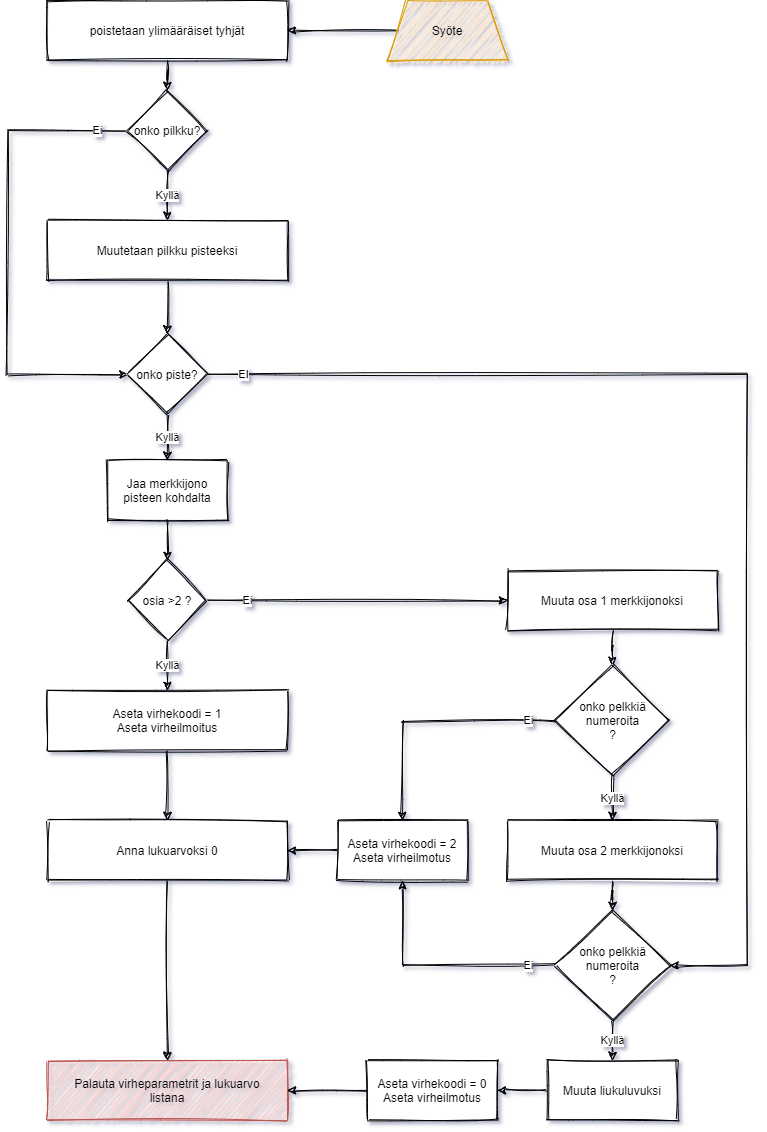
The draw.io diagram docs/Drawings/SanityVuokaavio1.png in TomasJouhilampi/Painonhallinta, before a commit. Source tidied: cells renumbered, new cells last; positions are measured from the earlier drawing's top-left corner, leaving out a move shared by most shapes.
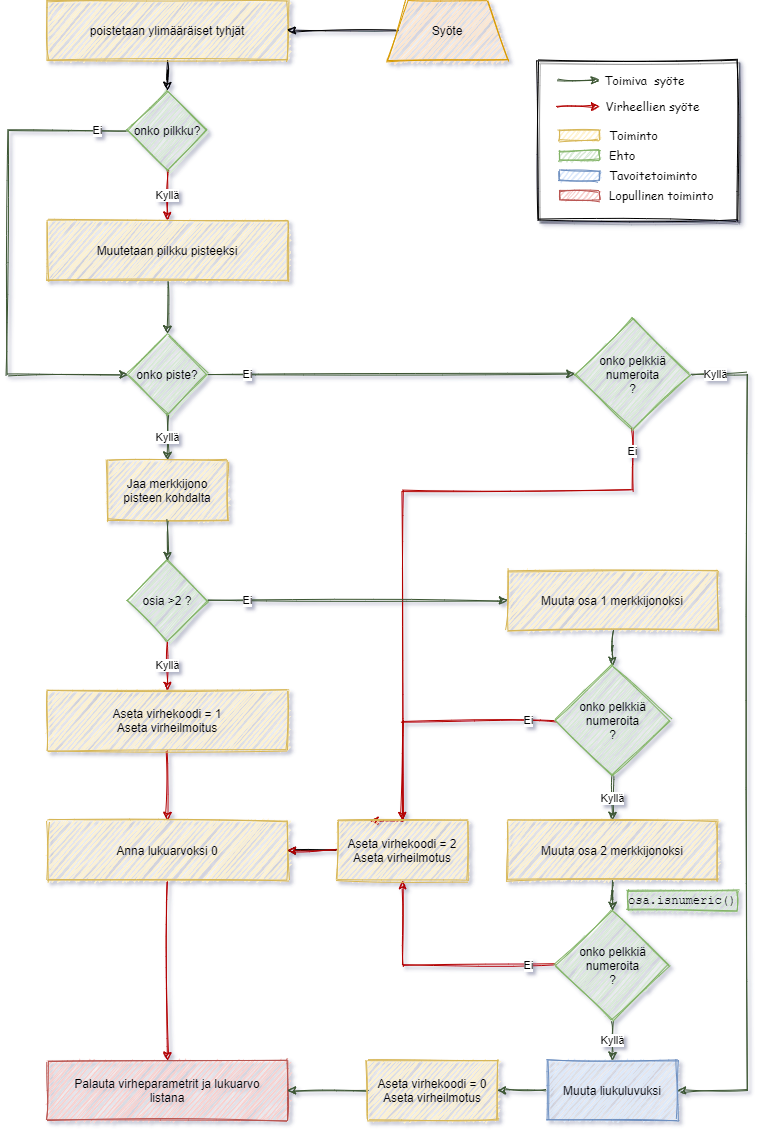
The same file after the commit.

Diff of the diagram source:
```diff
@@ -2,16 +2,26 @@
   <root>
     <mxCell id="0" />
     <mxCell id="1" parent="0" />
+    <mxCell id="40" value="Ei" style="edgeStyle=orthogonalEdgeStyle;rounded=0;sketch=1;jettySize=auto;html=1;entryX=0.25;entryY=0;entryDx=0;entryDy=0;fillColor=#e51400;strokeColor=#B20000;" parent="1" edge="1" source="43" target="35">
+      <mxGeometry x="-0.93" relative="1" as="geometry">
+        <Array as="points">
+          <mxPoint x="625" y="490" />
+          <mxPoint x="395" y="490" />
+          <mxPoint x="395" y="820" />
+        </Array>
+        <mxPoint y="1" as="offset" />
+      </mxGeometry>
+    </mxCell>
     <mxCell id="2" style="edgeStyle=orthogonalEdgeStyle;rounded=0;jettySize=auto;html=1;sketch=1;" parent="1" edge="1" source="3" target="6">
       <mxGeometry relative="1" as="geometry" />
     </mxCell>
-    <mxCell id="3" value="poistetaan ylimääräiset tyhjät" style="rounded=0;whiteSpace=wrap;html=1;sketch=1;" parent="1" vertex="1">
+    <mxCell id="3" value="poistetaan ylimääräiset tyhjät" style="rounded=0;whiteSpace=wrap;html=1;sketch=1;fillColor=#fff2cc;strokeColor=#d6b656;" parent="1" vertex="1">
       <mxGeometry x="40" width="240" height="60" as="geometry" />
     </mxCell>
-    <mxCell id="4" value="Kyllä" style="edgeStyle=orthogonalEdgeStyle;rounded=0;jettySize=auto;html=1;sketch=1;" parent="1" edge="1" source="6" target="8">
+    <mxCell id="4" value="Kyllä" style="edgeStyle=orthogonalEdgeStyle;rounded=0;jettySize=auto;html=1;sketch=1;fillColor=#e51400;strokeColor=#B20000;" parent="1" edge="1" source="6" target="8">
       <mxGeometry relative="1" as="geometry" />
     </mxCell>
-    <mxCell id="5" value="Ei" style="edgeStyle=orthogonalEdgeStyle;rounded=0;jettySize=auto;html=1;sketch=1;" parent="1" edge="1" source="6" target="11">
+    <mxCell id="5" value="Ei" style="edgeStyle=orthogonalEdgeStyle;rounded=0;jettySize=auto;html=1;sketch=1;fillColor=#6d8764;strokeColor=#3A5431;" parent="1" edge="1" source="6" target="11">
       <mxGeometry x="-0.88" relative="1" as="geometry">
         <Array as="points">
           <mxPoint y="130" />
@@ -19,109 +29,115 @@
         </Array>
       </mxGeometry>
     </mxCell>
-    <mxCell id="6" value="onko pilkku?" style="rhombus;whiteSpace=wrap;html=1;sketch=1;" parent="1" vertex="1">
+    <mxCell id="6" value="onko pilkku?" style="rhombus;whiteSpace=wrap;html=1;sketch=1;fillColor=#d5e8d4;strokeColor=#82b366;" parent="1" vertex="1">
       <mxGeometry x="120" y="90" width="80" height="80" as="geometry" />
     </mxCell>
-    <mxCell id="7" style="edgeStyle=orthogonalEdgeStyle;rounded=0;jettySize=auto;html=1;sketch=1;" parent="1" edge="1" source="8" target="11">
+    <mxCell id="7" style="edgeStyle=orthogonalEdgeStyle;rounded=0;jettySize=auto;html=1;sketch=1;fillColor=#6d8764;strokeColor=#3A5431;" parent="1" edge="1" source="8" target="11">
       <mxGeometry relative="1" as="geometry" />
     </mxCell>
-    <mxCell id="8" value="Muutetaan pilkku pisteeksi" style="rounded=0;whiteSpace=wrap;html=1;sketch=1;" parent="1" vertex="1">
+    <mxCell id="8" value="Muutetaan pilkku pisteeksi" style="rounded=0;whiteSpace=wrap;html=1;sketch=1;fillColor=#fff2cc;strokeColor=#d6b656;" parent="1" vertex="1">
       <mxGeometry x="40" y="220" width="240" height="60" as="geometry" />
     </mxCell>
-    <mxCell id="9" value="Kyllä" style="edgeStyle=orthogonalEdgeStyle;rounded=0;jettySize=auto;html=1;sketch=1;" parent="1" edge="1" source="11" target="12">
+    <mxCell id="9" value="Kyllä" style="edgeStyle=orthogonalEdgeStyle;rounded=0;jettySize=auto;html=1;sketch=1;fillColor=#6d8764;strokeColor=#3A5431;" parent="1" edge="1" source="11" target="12">
       <mxGeometry relative="1" as="geometry" />
     </mxCell>
-    <mxCell id="10" value="EI" style="edgeStyle=orthogonalEdgeStyle;rounded=0;jettySize=auto;html=1;entryX=1;entryY=0.5;entryDx=0;entryDy=0;sketch=1;" parent="1" edge="1" source="11" target="30">
+    <mxCell id="10" value="Kyllä" style="edgeStyle=orthogonalEdgeStyle;rounded=0;jettySize=auto;html=1;sketch=1;entryX=1;entryY=0.5;entryDx=0;entryDy=0;fillColor=#6d8764;strokeColor=#3A5431;strokeWidth=1;" parent="1" edge="1" source="43" target="33">
       <mxGeometry x="-0.94" relative="1" as="geometry">
         <Array as="points">
           <mxPoint x="740" y="374" />
-          <mxPoint x="740" y="965" />
+          <mxPoint x="740" y="1090" />
         </Array>
       </mxGeometry>
     </mxCell>
+    <mxCell id="41" value="Ei" style="edgeStyle=orthogonalEdgeStyle;rounded=0;sketch=1;jettySize=auto;html=1;fillColor=#6d8764;strokeColor=#3A5431;" parent="1" edge="1" source="11" target="43">
+      <mxGeometry x="-0.78" relative="1" as="geometry" />
+    </mxCell>
-    <mxCell id="11" value="onko piste?" style="rhombus;whiteSpace=wrap;html=1;sketch=1;" parent="1" vertex="1">
+    <mxCell id="11" value="onko piste?" style="rhombus;whiteSpace=wrap;html=1;sketch=1;fillColor=#d5e8d4;strokeColor=#82b366;" parent="1" vertex="1">
       <mxGeometry x="120" y="333.5" width="80" height="80" as="geometry" />
     </mxCell>
-    <mxCell id="12" value="Jaa merkkijono pisteen kohdalta" style="rounded=0;whiteSpace=wrap;html=1;sketch=1;" parent="1" vertex="1">
+    <mxCell id="12" value="Jaa merkkijono pisteen kohdalta" style="rounded=0;whiteSpace=wrap;html=1;sketch=1;fillColor=#fff2cc;strokeColor=#d6b656;" parent="1" vertex="1">
       <mxGeometry x="100" y="460" width="120" height="60" as="geometry" />
     </mxCell>
-    <mxCell id="13" value="Kyllä" style="edgeStyle=orthogonalEdgeStyle;rounded=0;jettySize=auto;html=1;sketch=1;" parent="1" edge="1" source="15" target="18">
+    <mxCell id="13" value="Kyllä" style="edgeStyle=orthogonalEdgeStyle;rounded=0;jettySize=auto;html=1;sketch=1;fillColor=#e51400;strokeColor=#B20000;" parent="1" edge="1" source="15" target="18">
       <mxGeometry relative="1" as="geometry" />
     </mxCell>
-    <mxCell id="14" value="Ei" style="edgeStyle=orthogonalEdgeStyle;rounded=0;jettySize=auto;html=1;sketch=1;" parent="1" edge="1" source="15" target="22">
+    <mxCell id="14" value="Ei" style="edgeStyle=orthogonalEdgeStyle;rounded=0;jettySize=auto;html=1;sketch=1;fillColor=#6d8764;strokeColor=#3A5431;" parent="1" edge="1" source="15" target="22">
       <mxGeometry x="-0.73" relative="1" as="geometry" />
     </mxCell>
-    <mxCell id="15" value="osia &amp;gt;2 ?" style="rhombus;whiteSpace=wrap;html=1;sketch=1;" parent="1" vertex="1">
+    <mxCell id="15" value="osia &amp;gt;2 ?" style="rhombus;whiteSpace=wrap;html=1;sketch=1;fillColor=#d5e8d4;strokeColor=#82b366;" parent="1" vertex="1">
       <mxGeometry x="120" y="560" width="80" height="80" as="geometry" />
     </mxCell>
-    <mxCell id="16" style="edgeStyle=orthogonalEdgeStyle;rounded=0;jettySize=auto;html=1;sketch=1;" parent="1" edge="1" target="15">
+    <mxCell id="16" style="edgeStyle=orthogonalEdgeStyle;rounded=0;jettySize=auto;html=1;sketch=1;fillColor=#6d8764;strokeColor=#3A5431;" parent="1" edge="1" target="15">
       <mxGeometry relative="1" as="geometry">
         <mxPoint x="160" y="520" as="sourcePoint" />
       </mxGeometry>
     </mxCell>
-    <mxCell id="17" style="edgeStyle=orthogonalEdgeStyle;rounded=0;jettySize=auto;html=1;sketch=1;" parent="1" edge="1" source="18" target="20">
+    <mxCell id="17" style="edgeStyle=orthogonalEdgeStyle;rounded=0;jettySize=auto;html=1;sketch=1;fillColor=#e51400;strokeColor=#B20000;" parent="1" edge="1" source="18" target="20">
       <mxGeometry relative="1" as="geometry" />
     </mxCell>
-    <mxCell id="18" value="Aseta virhekoodi = 1&lt;br&gt;Aseta virheilmoitus" style="rounded=0;whiteSpace=wrap;html=1;sketch=1;" parent="1" vertex="1">
+    <mxCell id="18" value="Aseta virhekoodi = 1&lt;br&gt;Aseta virheilmoitus" style="rounded=0;whiteSpace=wrap;html=1;sketch=1;fillColor=#fff2cc;strokeColor=#d6b656;" parent="1" vertex="1">
       <mxGeometry x="40" y="690" width="240" height="60" as="geometry" />
     </mxCell>
-    <mxCell id="19" style="edgeStyle=orthogonalEdgeStyle;rounded=0;jettySize=auto;html=1;sketch=1;" parent="1" edge="1" source="20" target="31">
+    <mxCell id="19" style="edgeStyle=orthogonalEdgeStyle;rounded=0;jettySize=auto;html=1;sketch=1;fillColor=#e51400;strokeColor=#B20000;" parent="1" edge="1" source="20" target="31">
       <mxGeometry relative="1" as="geometry" />
     </mxCell>
-    <mxCell id="20" value="Anna lukuarvoksi 0" style="rounded=0;whiteSpace=wrap;html=1;sketch=1;" parent="1" vertex="1">
+    <mxCell id="20" value="Anna lukuarvoksi 0" style="rounded=0;whiteSpace=wrap;html=1;sketch=1;fillColor=#fff2cc;strokeColor=#d6b656;" parent="1" vertex="1">
       <mxGeometry x="40" y="820" width="240" height="60" as="geometry" />
     </mxCell>
-    <mxCell id="21" style="edgeStyle=orthogonalEdgeStyle;rounded=0;jettySize=auto;html=1;sketch=1;" parent="1" edge="1" source="22" target="25">
+    <mxCell id="21" style="edgeStyle=orthogonalEdgeStyle;rounded=0;jettySize=auto;html=1;sketch=1;fillColor=#6d8764;strokeColor=#3A5431;" parent="1" edge="1" source="22" target="25">
       <mxGeometry relative="1" as="geometry" />
     </mxCell>
-    <mxCell id="22" value="Muuta osa 1 merkkijonoksi" style="rounded=0;whiteSpace=wrap;html=1;sketch=1;" parent="1" vertex="1">
+    <mxCell id="22" value="Muuta osa 1 merkkijonoksi" style="rounded=0;whiteSpace=wrap;html=1;sketch=1;fillColor=#fff2cc;strokeColor=#d6b656;" parent="1" vertex="1">
       <mxGeometry x="500" y="570" width="210" height="60" as="geometry" />
     </mxCell>
-    <mxCell id="23" value="Kyllä" style="edgeStyle=orthogonalEdgeStyle;rounded=0;jettySize=auto;html=1;sketch=1;" parent="1" edge="1" source="25" target="27">
+    <mxCell id="23" value="Kyllä" style="edgeStyle=orthogonalEdgeStyle;rounded=0;jettySize=auto;html=1;sketch=1;fillColor=#6d8764;strokeColor=#3A5431;" parent="1" edge="1" source="25" target="27">
       <mxGeometry relative="1" as="geometry" />
     </mxCell>
-    <mxCell id="24" value="Ei" style="edgeStyle=orthogonalEdgeStyle;rounded=0;jettySize=auto;html=1;sketch=1;" parent="1" edge="1" source="25" target="35">
+    <mxCell id="24" value="Ei" style="edgeStyle=orthogonalEdgeStyle;rounded=0;jettySize=auto;html=1;sketch=1;fillColor=#e51400;strokeColor=#B20000;" parent="1" edge="1" source="25" target="35">
       <mxGeometry x="-0.78" relative="1" as="geometry" />
     </mxCell>
-    <mxCell id="25" value="onko pelkkiä numeroita&lt;br&gt;?" style="rhombus;whiteSpace=wrap;html=1;sketch=1;" parent="1" vertex="1">
+    <mxCell id="25" value="onko pelkkiä numeroita&lt;br&gt;?" style="rhombus;whiteSpace=wrap;html=1;sketch=1;fillColor=#d5e8d4;strokeColor=#82b366;" parent="1" vertex="1">
       <mxGeometry x="547.5" y="665" width="115" height="110" as="geometry" />
     </mxCell>
-    <mxCell id="26" style="edgeStyle=orthogonalEdgeStyle;rounded=0;jettySize=auto;html=1;entryX=0.5;entryY=0;entryDx=0;entryDy=0;sketch=1;" parent="1" edge="1" source="27" target="30">
+    <mxCell id="26" style="edgeStyle=orthogonalEdgeStyle;rounded=0;jettySize=auto;html=1;entryX=0.5;entryY=0;entryDx=0;entryDy=0;sketch=1;fillColor=#6d8764;strokeColor=#3A5431;" parent="1" edge="1" source="27" target="30">
       <mxGeometry relative="1" as="geometry" />
     </mxCell>
-    <mxCell id="27" value="Muuta osa 2 merkkijonoksi" style="rounded=0;whiteSpace=wrap;html=1;sketch=1;" parent="1" vertex="1">
+    <mxCell id="27" value="Muuta osa 2 merkkijonoksi" style="rounded=0;whiteSpace=wrap;html=1;sketch=1;fillColor=#fff2cc;strokeColor=#d6b656;" parent="1" vertex="1">
       <mxGeometry x="500" y="820" width="210" height="60" as="geometry" />
     </mxCell>
-    <mxCell id="28" value="Kyllä" style="edgeStyle=orthogonalEdgeStyle;rounded=0;jettySize=auto;html=1;sketch=1;" parent="1" edge="1" source="30" target="33">
+    <mxCell id="28" value="Kyllä" style="edgeStyle=orthogonalEdgeStyle;rounded=0;jettySize=auto;html=1;sketch=1;fillColor=#6d8764;strokeColor=#3A5431;" parent="1" edge="1" source="30" target="33">
       <mxGeometry relative="1" as="geometry" />
     </mxCell>
-    <mxCell id="29" value="Ei" style="edgeStyle=orthogonalEdgeStyle;rounded=0;jettySize=auto;html=1;entryX=0.5;entryY=1;entryDx=0;entryDy=0;sketch=1;" parent="1" edge="1" source="30" target="35">
+    <mxCell id="29" value="Ei" style="edgeStyle=orthogonalEdgeStyle;rounded=0;jettySize=auto;html=1;entryX=0.5;entryY=1;entryDx=0;entryDy=0;sketch=1;fillColor=#e51400;strokeColor=#B20000;" parent="1" edge="1" source="30" target="35">
       <mxGeometry x="-0.77" relative="1" as="geometry">
         <mxPoint x="1" as="offset" />
       </mxGeometry>
     </mxCell>
-    <mxCell id="30" value="onko pelkkiä numeroita&lt;br&gt;?" style="rhombus;whiteSpace=wrap;html=1;sketch=1;" parent="1" vertex="1">
+    <mxCell id="30" value="onko pelkkiä numeroita&lt;br&gt;?" style="rhombus;whiteSpace=wrap;html=1;sketch=1;fillColor=#d5e8d4;strokeColor=#82b366;" parent="1" vertex="1">
       <mxGeometry x="547.5" y="910" width="115" height="110" as="geometry" />
     </mxCell>
     <mxCell id="31" value="Palauta virheparametrit ja lukuarvo&lt;br&gt;listana" style="rounded=0;whiteSpace=wrap;html=1;sketch=1;fillColor=#f8cecc;strokeColor=#b85450;" parent="1" vertex="1">
       <mxGeometry x="40" y="1060" width="240" height="60" as="geometry" />
     </mxCell>
-    <mxCell id="32" style="edgeStyle=orthogonalEdgeStyle;rounded=0;jettySize=auto;html=1;sketch=1;" parent="1" edge="1" source="33" target="37">
+    <mxCell id="32" style="edgeStyle=orthogonalEdgeStyle;rounded=0;jettySize=auto;html=1;sketch=1;fillColor=#6d8764;strokeColor=#3A5431;" parent="1" edge="1" source="33" target="37">
       <mxGeometry relative="1" as="geometry" />
     </mxCell>
-    <mxCell id="33" value="Muuta liukuluvuksi" style="rounded=0;whiteSpace=wrap;html=1;sketch=1;" parent="1" vertex="1">
+    <mxCell id="33" value="Muuta liukuluvuksi" style="rounded=0;whiteSpace=wrap;html=1;sketch=1;fillColor=#dae8fc;strokeColor=#6c8ebf;" parent="1" vertex="1">
       <mxGeometry x="540" y="1060" width="130" height="60" as="geometry" />
     </mxCell>
     <mxCell id="34" style="edgeStyle=orthogonalEdgeStyle;rounded=0;jettySize=auto;html=1;sketch=1;" parent="1" edge="1" source="35" target="20">
       <mxGeometry relative="1" as="geometry" />
     </mxCell>
+    <mxCell id="42" style="edgeStyle=orthogonalEdgeStyle;rounded=0;sketch=1;jettySize=auto;html=1;strokeColor=#B20000;strokeWidth=1;fillColor=#e51400;" parent="1" edge="1" source="35" target="20">
+      <mxGeometry relative="1" as="geometry" />
+    </mxCell>
-    <mxCell id="35" value="Aseta virhekoodi = 2&lt;br&gt;Aseta virheilmotus" style="rounded=0;whiteSpace=wrap;html=1;sketch=1;" parent="1" vertex="1">
+    <mxCell id="35" value="Aseta virhekoodi = 2&lt;br&gt;Aseta virheilmotus" style="rounded=0;whiteSpace=wrap;html=1;sketch=1;fillColor=#fff2cc;strokeColor=#d6b656;" parent="1" vertex="1">
       <mxGeometry x="330" y="820" width="130" height="60" as="geometry" />
     </mxCell>
-    <mxCell id="36" style="edgeStyle=orthogonalEdgeStyle;rounded=0;jettySize=auto;html=1;sketch=1;" parent="1" edge="1" source="37" target="31">
+    <mxCell id="36" style="edgeStyle=orthogonalEdgeStyle;rounded=0;jettySize=auto;html=1;sketch=1;fillColor=#6d8764;strokeColor=#3A5431;" parent="1" edge="1" source="37" target="31">
       <mxGeometry relative="1" as="geometry" />
     </mxCell>
-    <mxCell id="37" value="Aseta virhekoodi = 0&lt;br&gt;Aseta virheilmotus" style="rounded=0;whiteSpace=wrap;html=1;sketch=1;" parent="1" vertex="1">
+    <mxCell id="37" value="Aseta virhekoodi = 0&lt;br&gt;Aseta virheilmotus" style="rounded=0;whiteSpace=wrap;html=1;sketch=1;fillColor=#fff2cc;strokeColor=#d6b656;" parent="1" vertex="1">
       <mxGeometry x="360" y="1060" width="130" height="60" as="geometry" />
     </mxCell>
     <mxCell id="38" style="edgeStyle=orthogonalEdgeStyle;rounded=0;jettySize=auto;html=1;sketch=1;" parent="1" edge="1" source="39" target="3">
@@ -130,5 +146,59 @@
     <mxCell id="39" value="Syöte" style="shape=trapezoid;perimeter=trapezoidPerimeter;whiteSpace=wrap;html=1;fixedSize=1;sketch=1;fillColor=#ffe6cc;strokeColor=#d79b00;" parent="1" vertex="1">
       <mxGeometry x="380" width="120" height="60" as="geometry" />
     </mxCell>
+    <mxCell id="43" value="onko pelkkiä numeroita&lt;br&gt;?" style="rhombus;whiteSpace=wrap;html=1;sketch=1;fillColor=#d5e8d4;strokeColor=#82b366;" parent="1" vertex="1">
+      <mxGeometry x="567.5" y="318.5" width="115" height="110" as="geometry" />
+    </mxCell>
+    <mxCell id="44" value="&lt;font face=&quot;Courier New&quot;&gt;osa.isnumeric()&lt;/font&gt;" style="text;html=1;strokeColor=#82b366;fillColor=#d5e8d4;align=center;verticalAlign=middle;whiteSpace=wrap;rounded=0;sketch=1;" parent="1" vertex="1">
+      <mxGeometry x="620" y="890" width="110" height="20" as="geometry" />
+    </mxCell>
+    <mxCell id="45" style="group;" parent="1" vertex="1">
+      <mxGeometry x="530" y="60" width="200" height="160" as="geometry" />
+    </mxCell>
+    <mxCell id="46" style="rounded=0;whiteSpace=wrap;html=1;sketch=1;align=left;shadow=1;" parent="45" vertex="1">
+      <mxGeometry width="200" height="160" as="geometry" />
+    </mxCell>
+    <mxCell id="47" style="endArrow=classic;html=1;strokeWidth=1;fillColor=#6d8764;sketch=1;strokeColor=#3A5431;" parent="45" edge="1">
+      <mxGeometry relative="1" as="geometry">
+        <mxPoint x="19.5" y="20" as="sourcePoint" />
+        <mxPoint x="62" y="20" as="targetPoint" />
+      </mxGeometry>
+    </mxCell>
+    <mxCell id="48" value="&lt;font face=&quot;Comic Sans MS&quot;&gt;Toimiva&amp;nbsp; syöte&lt;/font&gt;" style="text;html=1;align=center;verticalAlign=middle;" parent="45" vertex="1">
+      <mxGeometry x="57" y="10" width="100" height="20" as="geometry" />
+    </mxCell>
+    <mxCell id="49" style="endArrow=classic;html=1;strokeWidth=1;fillColor=#e51400;sketch=1;strokeColor=#B20000;" parent="45" edge="1">
+      <mxGeometry relative="1" as="geometry">
+        <mxPoint x="19.5" y="46" as="sourcePoint" />
+        <mxPoint x="62" y="46" as="targetPoint" />
+      </mxGeometry>
+    </mxCell>
+    <mxCell id="50" value="&lt;font face=&quot;Comic Sans MS&quot;&gt;Virheellien syöte&lt;/font&gt;" style="text;html=1;align=center;verticalAlign=middle;" parent="45" vertex="1">
+      <mxGeometry x="60" y="36" width="110" height="20" as="geometry" />
+    </mxCell>
+    <mxCell id="51" style="rounded=0;whiteSpace=wrap;html=1;sketch=1;align=left;fillColor=#fff2cc;strokeColor=#d6b656;" parent="45" vertex="1">
+      <mxGeometry x="22" y="70" width="40" height="10" as="geometry" />
+    </mxCell>
+    <mxCell id="52" value="&lt;font face=&quot;Comic Sans MS&quot;&gt;Toiminto&lt;/font&gt;" style="text;html=1;align=left;verticalAlign=middle;" parent="45" vertex="1">
+      <mxGeometry x="69.5" y="65" width="60" height="20" as="geometry" />
+    </mxCell>
+    <mxCell id="53" style="rounded=0;whiteSpace=wrap;html=1;sketch=1;align=left;fillColor=#d5e8d4;strokeColor=#82b366;" parent="45" vertex="1">
+      <mxGeometry x="22" y="90" width="40" height="10" as="geometry" />
+    </mxCell>
+    <mxCell id="54" value="&lt;font face=&quot;Comic Sans MS&quot;&gt;Ehto&lt;/font&gt;" style="text;html=1;align=left;verticalAlign=middle;" parent="45" vertex="1">
+      <mxGeometry x="69.5" y="85" width="40" height="20" as="geometry" />
+    </mxCell>
+    <mxCell id="55" style="rounded=0;whiteSpace=wrap;html=1;sketch=1;align=left;fillColor=#dae8fc;strokeColor=#6c8ebf;" parent="45" vertex="1">
+      <mxGeometry x="22" y="110" width="40" height="10" as="geometry" />
+    </mxCell>
+    <mxCell id="56" value="&lt;font face=&quot;Comic Sans MS&quot;&gt;Tavoitetoiminto&lt;/font&gt;" style="text;html=1;align=left;verticalAlign=middle;" parent="45" vertex="1">
+      <mxGeometry x="69.5" y="105" width="100" height="20" as="geometry" />
+    </mxCell>
+    <mxCell id="57" style="rounded=0;whiteSpace=wrap;html=1;sketch=1;align=left;fillColor=#f8cecc;strokeColor=#b85450;" parent="45" vertex="1">
+      <mxGeometry x="22" y="130" width="40" height="10" as="geometry" />
+    </mxCell>
+    <mxCell id="58" value="&lt;font face=&quot;Comic Sans MS&quot;&gt;Lopullinen toiminto&lt;/font&gt;" style="text;html=1;align=left;verticalAlign=middle;" parent="45" vertex="1">
+      <mxGeometry x="69.5" y="125" width="120" height="20" as="geometry" />
+    </mxCell>
   </root>
 </mxGraphModel>
```
